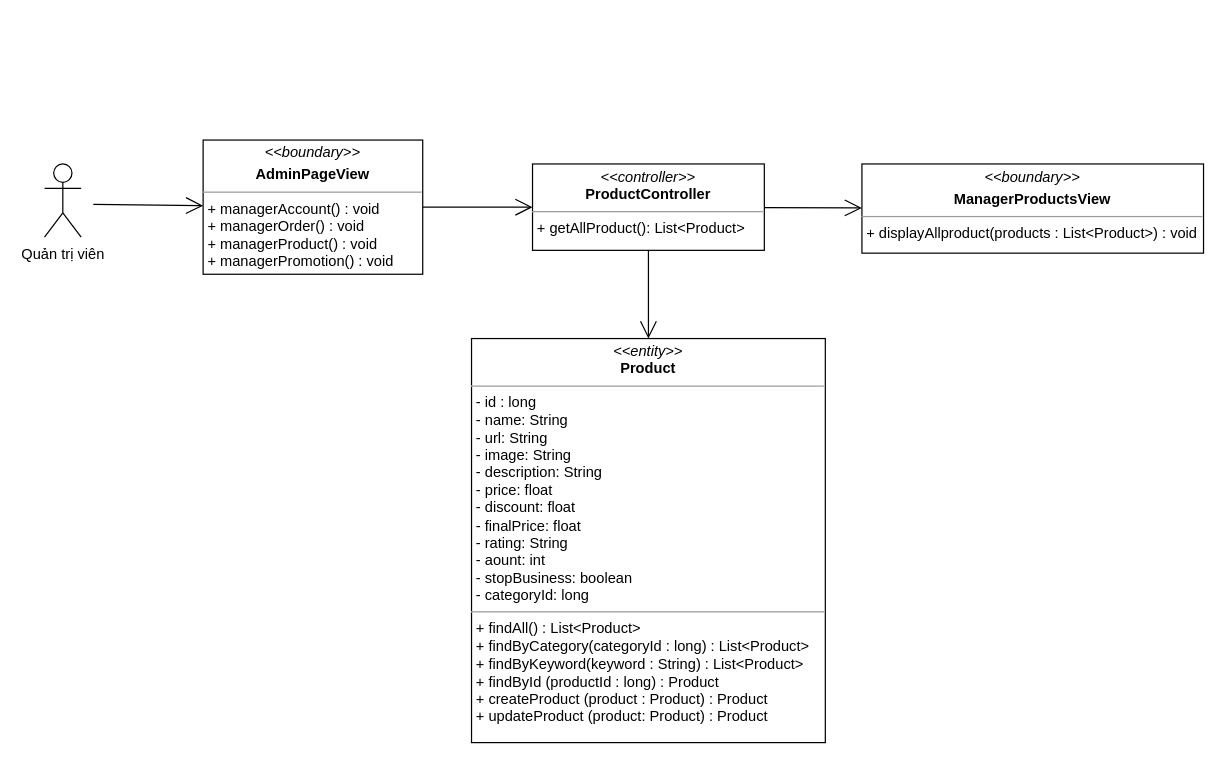
Before: class diagram/manager-product-class-diagram.drawio in nguyenphamvan/datn_20202, a draw.io diagram. Source tidied: cells renumbered, new cells numbered last; positions are measured from the earlier drawing's top-left corner, leaving out a move shared by most shapes. Both pictures are drawn from the tidied source at 122%, with x=0, y=0 at pixel (44, 139).
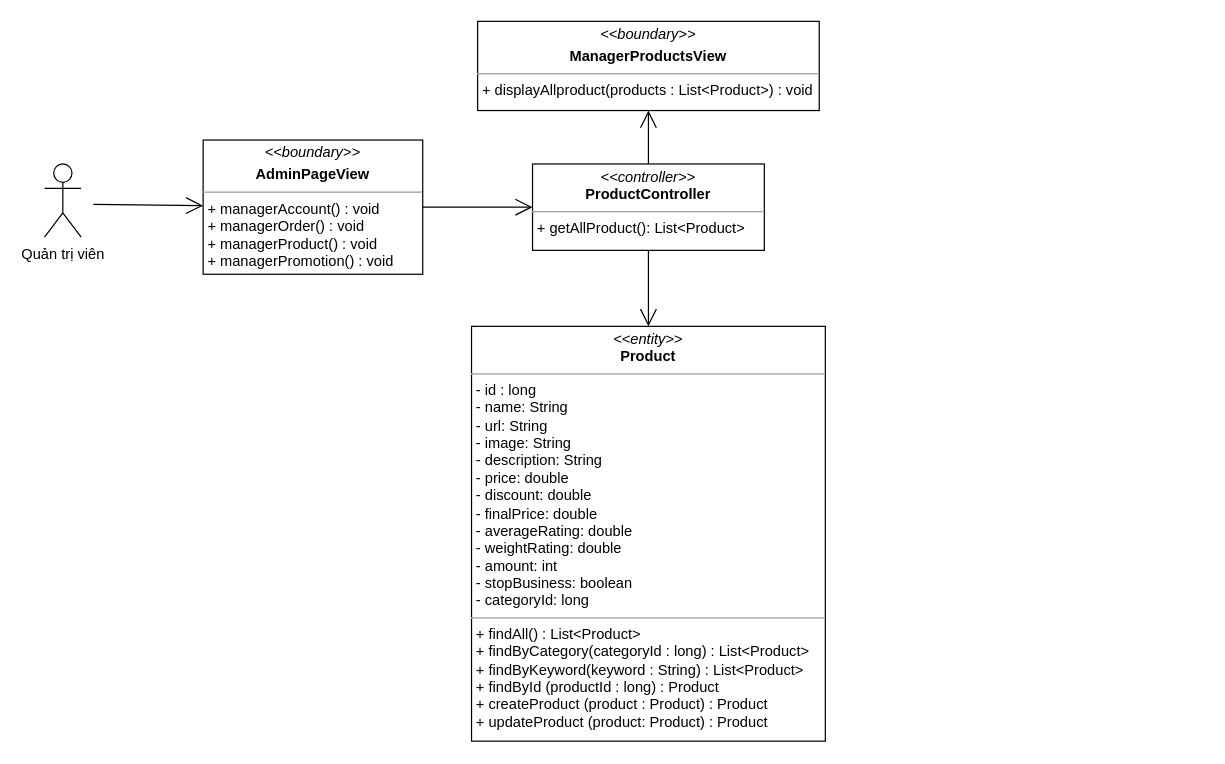
The same diagram, later.

Diff of the diagram source:
```diff
@@
 <mxGraphModel>
   <root>
     <mxCell id="0" />
     <mxCell id="1" parent="0" />
     <mxCell id="2" value="&lt;p style=&quot;margin: 0px ; margin-top: 4px ; text-align: center&quot;&gt;&lt;i&gt;&amp;lt;&amp;lt;boundary&amp;gt;&amp;gt;&lt;/i&gt;&lt;/p&gt;&lt;p style=&quot;margin: 0px ; margin-top: 4px ; text-align: center&quot;&gt;&lt;b&gt;ManagerProductsView&lt;/b&gt;&lt;/p&gt;&lt;hr size=&quot;1&quot;&gt;&lt;p style=&quot;margin: 0px ; margin-left: 4px&quot;&gt;&lt;span&gt;+ displayAllproduct(products : List&amp;lt;Product&amp;gt;) : void&lt;/span&gt;&lt;br&gt;&lt;/p&gt;" style="verticalAlign=top;align=left;overflow=fill;fontSize=12;fontFamily=Helvetica;html=1;" parent="1" vertex="1">
-      <mxGeometry x="670" y="19.9" width="280" height="73.1" as="geometry" />
+      <mxGeometry x="355" y="-97" width="280" height="73.1" as="geometry" />
     </mxCell>
     <mxCell id="3" style="endArrow=open;endFill=1;endSize=12;html=1;" parent="1" edge="1" source="4" target="2">
       <mxGeometry relative="1" as="geometry" />
     </mxCell>
     <mxCell id="4" value="&lt;p style=&quot;margin: 0px ; margin-top: 4px ; text-align: center&quot;&gt;&lt;i&gt;&amp;lt;&amp;lt;controller&amp;gt;&amp;gt;&lt;/i&gt;&lt;br&gt;&lt;b&gt;ProductController&lt;/b&gt;&lt;/p&gt;&lt;hr size=&quot;1&quot;&gt;&lt;p style=&quot;margin: 0px ; margin-left: 4px&quot;&gt;+ getAllProduct(): List&amp;lt;Product&amp;gt;&lt;br&gt;&lt;/p&gt;" style="verticalAlign=top;align=left;overflow=fill;fontSize=12;fontFamily=Helvetica;html=1;" parent="1" vertex="1">
       <mxGeometry x="400" y="19.9" width="190" height="70.8" as="geometry" />
     </mxCell>
     <mxCell id="5" style="endArrow=open;endFill=1;endSize=12;html=1;" parent="1" edge="1" source="4" target="6">
       <mxGeometry relative="1" as="geometry" />
     </mxCell>
-    <mxCell id="6" value="&lt;p style=&quot;margin: 0px ; margin-top: 4px ; text-align: center&quot;&gt;&lt;i&gt;&amp;lt;&amp;lt;entity&amp;gt;&amp;gt;&lt;/i&gt;&lt;br&gt;&lt;b&gt;Product&lt;/b&gt;&lt;/p&gt;&lt;hr size=&quot;1&quot;&gt;&lt;p style=&quot;margin: 0px ; margin-left: 4px&quot;&gt;- id : long&lt;/p&gt;&lt;p style=&quot;margin: 0px ; margin-left: 4px&quot;&gt;- name: String&lt;br&gt;- url: String&lt;/p&gt;&lt;p style=&quot;margin: 0px ; margin-left: 4px&quot;&gt;- image: String&lt;/p&gt;&lt;p style=&quot;margin: 0px ; margin-left: 4px&quot;&gt;- description: String&lt;/p&gt;&lt;p style=&quot;margin: 0px ; margin-left: 4px&quot;&gt;- price: float&lt;/p&gt;&lt;p style=&quot;margin: 0px ; margin-left: 4px&quot;&gt;- discount: float&lt;/p&gt;&lt;p style=&quot;margin: 0px ; margin-left: 4px&quot;&gt;- finalPrice: float&lt;/p&gt;&lt;p style=&quot;margin: 0px ; margin-left: 4px&quot;&gt;- rating: String&lt;/p&gt;&lt;p style=&quot;margin: 0px ; margin-left: 4px&quot;&gt;- aount: int&lt;/p&gt;&lt;p style=&quot;margin: 0px ; margin-left: 4px&quot;&gt;- stopBusiness: boolean&lt;/p&gt;&lt;p style=&quot;margin: 0px ; margin-left: 4px&quot;&gt;- categoryId: long&lt;/p&gt;&lt;hr size=&quot;1&quot;&gt;&lt;p style=&quot;margin: 0px 0px 0px 4px&quot;&gt;+ findAll() : List&amp;lt;Product&amp;gt;&lt;/p&gt;&lt;p style=&quot;margin: 0px 0px 0px 4px&quot;&gt;+ findByCategory(categoryId : long) : List&amp;lt;Product&amp;gt;&lt;/p&gt;&lt;p style=&quot;margin: 0px 0px 0px 4px&quot;&gt;+ findByKeyword(keyword : String) : List&amp;lt;Product&amp;gt;&lt;/p&gt;&lt;p style=&quot;margin: 0px 0px 0px 4px&quot;&gt;+ findById (productId : long) : Product&lt;/p&gt;&lt;p style=&quot;margin: 0px 0px 0px 4px&quot;&gt;+ createProduct (product : Product) : Product&lt;/p&gt;&lt;p style=&quot;margin: 0px 0px 0px 4px&quot;&gt;+ updateProduct (product: Product) : Product&lt;/p&gt;" style="verticalAlign=top;align=left;overflow=fill;fontSize=12;fontFamily=Helvetica;html=1;" parent="1" vertex="1">
-      <mxGeometry x="350" y="163" width="290" height="331.2" as="geometry" />
+    <mxCell id="6" value="&lt;p style=&quot;margin: 0px ; margin-top: 4px ; text-align: center&quot;&gt;&lt;i&gt;&amp;lt;&amp;lt;entity&amp;gt;&amp;gt;&lt;/i&gt;&lt;br&gt;&lt;b&gt;Product&lt;/b&gt;&lt;/p&gt;&lt;hr size=&quot;1&quot;&gt;&lt;p style=&quot;margin: 0px 0px 0px 4px&quot;&gt;- id : long&lt;/p&gt;&lt;p style=&quot;margin: 0px 0px 0px 4px&quot;&gt;- name: String&lt;br&gt;- url: String&lt;/p&gt;&lt;p style=&quot;margin: 0px 0px 0px 4px&quot;&gt;- image: String&lt;/p&gt;&lt;p style=&quot;margin: 0px 0px 0px 4px&quot;&gt;- description: String&lt;/p&gt;&lt;p style=&quot;margin: 0px 0px 0px 4px&quot;&gt;- price: double&lt;/p&gt;&lt;p style=&quot;margin: 0px 0px 0px 4px&quot;&gt;- discount: double&lt;/p&gt;&lt;p style=&quot;margin: 0px 0px 0px 4px&quot;&gt;- finalPrice: double&lt;/p&gt;&lt;p style=&quot;margin: 0px 0px 0px 4px&quot;&gt;- averageRating: double&lt;/p&gt;&lt;p style=&quot;margin: 0px 0px 0px 4px&quot;&gt;- weightRating: double&lt;/p&gt;&lt;p style=&quot;margin: 0px 0px 0px 4px&quot;&gt;- amount: int&lt;/p&gt;&lt;p style=&quot;margin: 0px 0px 0px 4px&quot;&gt;- stopBusiness: boolean&lt;/p&gt;&lt;p style=&quot;margin: 0px 0px 0px 4px&quot;&gt;- categoryId: long&lt;/p&gt;&lt;hr size=&quot;1&quot;&gt;&lt;p style=&quot;margin: 0px 0px 0px 4px&quot;&gt;+ findAll() : List&amp;lt;Product&amp;gt;&lt;/p&gt;&lt;p style=&quot;margin: 0px 0px 0px 4px&quot;&gt;+ findByCategory(categoryId : long) : List&amp;lt;Product&amp;gt;&lt;/p&gt;&lt;p style=&quot;margin: 0px 0px 0px 4px&quot;&gt;+ findByKeyword(keyword : String) : List&amp;lt;Product&amp;gt;&lt;/p&gt;&lt;p style=&quot;margin: 0px 0px 0px 4px&quot;&gt;+ findById (productId : long) : Product&lt;/p&gt;&lt;p style=&quot;margin: 0px 0px 0px 4px&quot;&gt;+ createProduct (product : Product) : Product&lt;/p&gt;&lt;p style=&quot;margin: 0px 0px 0px 4px&quot;&gt;+ updateProduct (product: Product) : Product&lt;/p&gt;" style="verticalAlign=top;align=left;overflow=fill;fontSize=12;fontFamily=Helvetica;html=1;" parent="1" vertex="1">
+      <mxGeometry x="350" y="153" width="290" height="340" as="geometry" />
     </mxCell>
     <mxCell id="7" value="&lt;p style=&quot;margin: 0px ; margin-top: 4px ; text-align: center&quot;&gt;&lt;i&gt;&amp;lt;&amp;lt;boundary&amp;gt;&amp;gt;&lt;/i&gt;&lt;/p&gt;&lt;p style=&quot;margin: 0px ; margin-top: 4px ; text-align: center&quot;&gt;&lt;b&gt;AdminPageView&lt;/b&gt;&lt;/p&gt;&lt;hr size=&quot;1&quot;&gt;&lt;p style=&quot;margin: 0px ; margin-left: 4px&quot;&gt;&lt;span&gt;+ managerAccount() : void&lt;/span&gt;&lt;br&gt;&lt;/p&gt;&lt;p style=&quot;margin: 0px ; margin-left: 4px&quot;&gt;&lt;span&gt;+ managerOrder() : void&lt;/span&gt;&lt;/p&gt;&lt;p style=&quot;margin: 0px ; margin-left: 4px&quot;&gt;&lt;span&gt;+ managerProduct() : void&lt;/span&gt;&lt;/p&gt;&lt;p style=&quot;margin: 0px ; margin-left: 4px&quot;&gt;&lt;span&gt;+ managerPromotion() : void&lt;/span&gt;&lt;/p&gt;" style="verticalAlign=top;align=left;overflow=fill;fontSize=12;fontFamily=Helvetica;html=1;" parent="1" vertex="1">
       <mxGeometry x="130" y="0.3" width="180" height="110" as="geometry" />
     </mxCell>
     <mxCell id="8" style="endArrow=open;endFill=1;endSize=12;html=1;" parent="1" edge="1" source="7" target="4">
       <mxGeometry relative="1" as="geometry" />
     </mxCell>
     <mxCell id="9" value="Quản trị viên" style="shape=umlActor;verticalLabelPosition=bottom;verticalAlign=top;html=1;" parent="1" vertex="1">
       <mxGeometry y="19.9" width="30" height="60" as="geometry" />
     </mxCell>
     <mxCell id="10" style="endArrow=open;endFill=1;endSize=12;html=1;" parent="1" edge="1" target="7">
       <mxGeometry relative="1" as="geometry">
         <mxPoint x="40" y="53" as="sourcePoint" />
       </mxGeometry>
     </mxCell>
   </root>
 </mxGraphModel>
```
